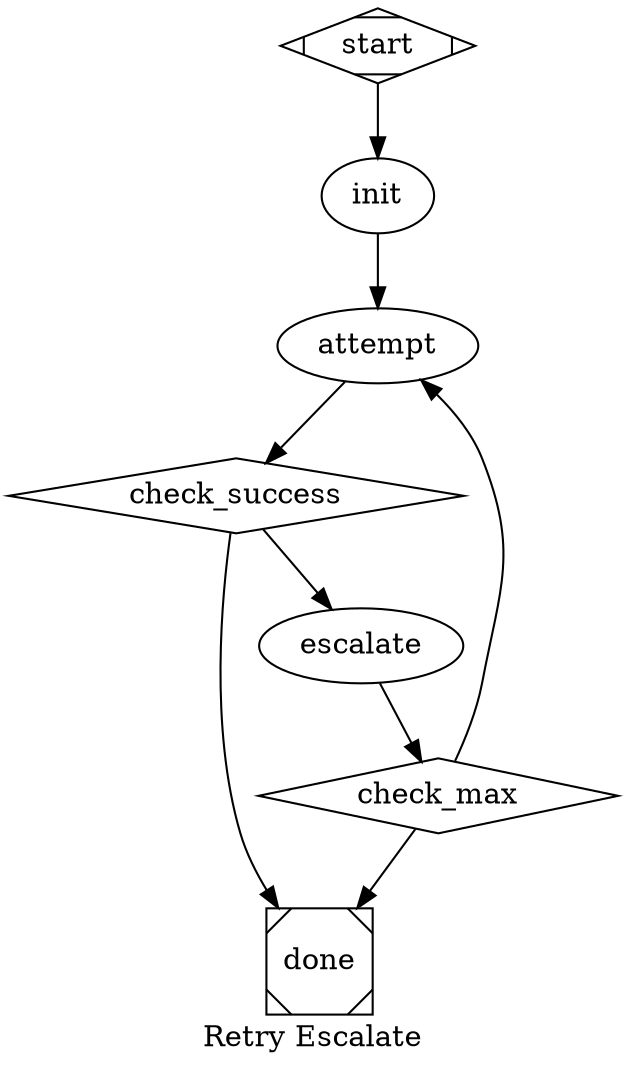
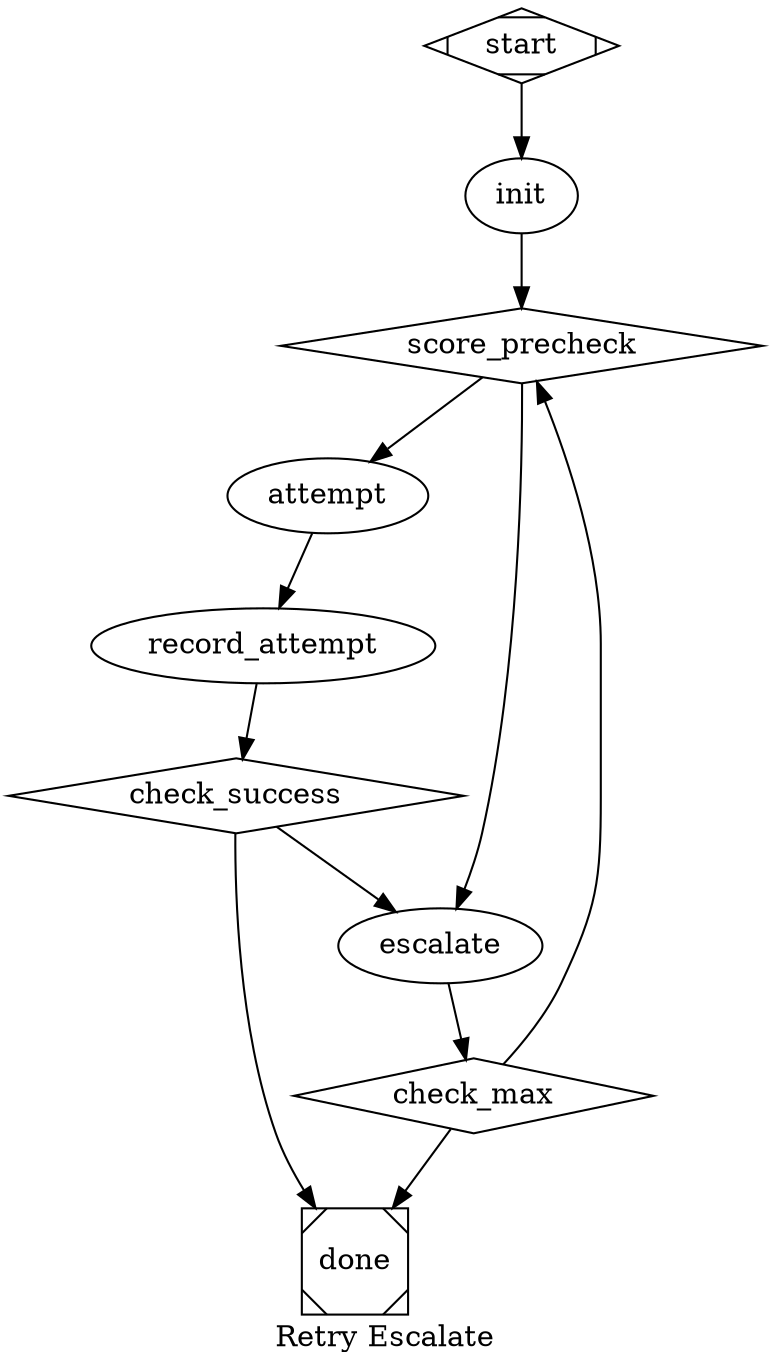
// Retry with Model Escalation
// Progressive retry pattern: try with preferred model, escalate to stronger models on failure.
+ // Supports pre-emptive skip via upstream quality score, per-model timeout, and attempt history.
//
- // Context in: prompt, model_list (CSV of models), max_retries (default "3")
- // Context out: result, model_used, attempts
+ // Context in:
+ //   prompt          — the prompt to execute
+ //   model_list      — CSV of models to try (cheapest → strongest)
+ //   max_retries     — maximum attempts (default "3")
+ //   score_key       — (optional) context key holding upstream quality score (0.0-1.0)
+ //   score_threshold — (optional) minimum score to attempt (default "0.3")
+ //   timeout_ms      — (optional) per-attempt timeout in milliseconds
+ //
+ // Context out:
+ //   result          — final LLM response (or last attempt on exhaustion)
+ //   model_used      — model that produced the successful result
+ //   retry.count     — total attempts made
+ //   retry.history   — JSON array of per-attempt {model, status, reason} records
+ //   retry.exhausted — true if max retries reached without success

digraph RetryEscalate {
  graph [
    goal="Retry an LLM call with progressive model escalation",
    label="Retry Escalate"
  ]

  start [shape=Mdiamond]

-   // Initialize retry state
+   // Initialize retry state and parse model list
  init [
    type="transform",
-     prompt="Initialize retry tracking. Set retry.count=0, retry.success=false. Parse model_list CSV into an array. Set retry.current_model to first model in list."
+     prompt="Initialize: retry.count=0, retry.success=false, retry.exhausted=false, retry.history=[]. Parse model_list CSV into retry.models array. Set retry.current_model to first model. Evaluate score pre-check: if score_key is set in context, read its value and set retry.score_ok=(value >= score_threshold, default 0.3). If score_key not set, retry.score_ok=true."
  ]

-   // Attempt the LLM call
+   // Pre-check: skip attempt if upstream quality score is below threshold
+   score_precheck [
+     type="gate",
+     shape=diamond,
+     predicate="expression",
+     expression="retry.score_ok"
+   ]
+ 
+   // Attempt the LLM call with per-model timeout isolation
  attempt [
    type="compute",
-     prompt="Execute the prompt using retry.current_model. Store the response in result."
+     prompt="Execute the prompt using retry.current_model. Store the response in result. Set retry.success=true on valid response.",
+     timeout="$timeout_ms"
+   ]
+ 
+   // Record attempt outcome in history
+   record_attempt [
+     type="transform",
+     prompt="Append {model: retry.current_model, status: success|fail, reason: error_or_null} to retry.history array. If retry.success, set model_used=retry.current_model."
  ]

  // Check if the attempt succeeded
  check_success [
    type="gate",
    shape=diamond,
-     prompt="Check if the LLM call succeeded and produced a valid result."
+     predicate="expression",
+     expression="retry.success"
  ]

  // Escalate to next model
  escalate [
    type="transform",
-     prompt="Increment retry.count. Select the next model from the model list based on retry.count. If retry.count exceeds available models, cycle to the last model. Update retry.current_model."
+     prompt="Increment retry.count. Select next model: retry.models[min(retry.count, len-1)]. Update retry.current_model. Check exhaustion: set retry.exhausted=true if retry.count >= max_retries. Reset retry.score_ok=true for next attempt."
  ]

  // Check if max retries exceeded
  check_max [
    type="gate",
    shape=diamond,
-     prompt="Check if retry.count >= max_retries."
+     predicate="expression",
+     expression="retry.exhausted"
  ]

  done [shape=Msquare]

  // Flow
-   start -> init -> attempt -> check_success
+   start -> init -> score_precheck
+   score_precheck -> attempt [condition="context.retry.score_ok=true"]
+   score_precheck -> escalate [condition="context.retry.score_ok!=true"]
+   attempt -> record_attempt -> check_success
  check_success -> done [condition="context.retry.success=true"]
  check_success -> escalate [condition="context.retry.success!=true"]
  escalate -> check_max
  check_max -> done [condition="context.retry.exhausted=true"]
-   check_max -> attempt [condition="context.retry.exhausted!=true"]
+   check_max -> score_precheck [condition="context.retry.exhausted!=true"]
}
